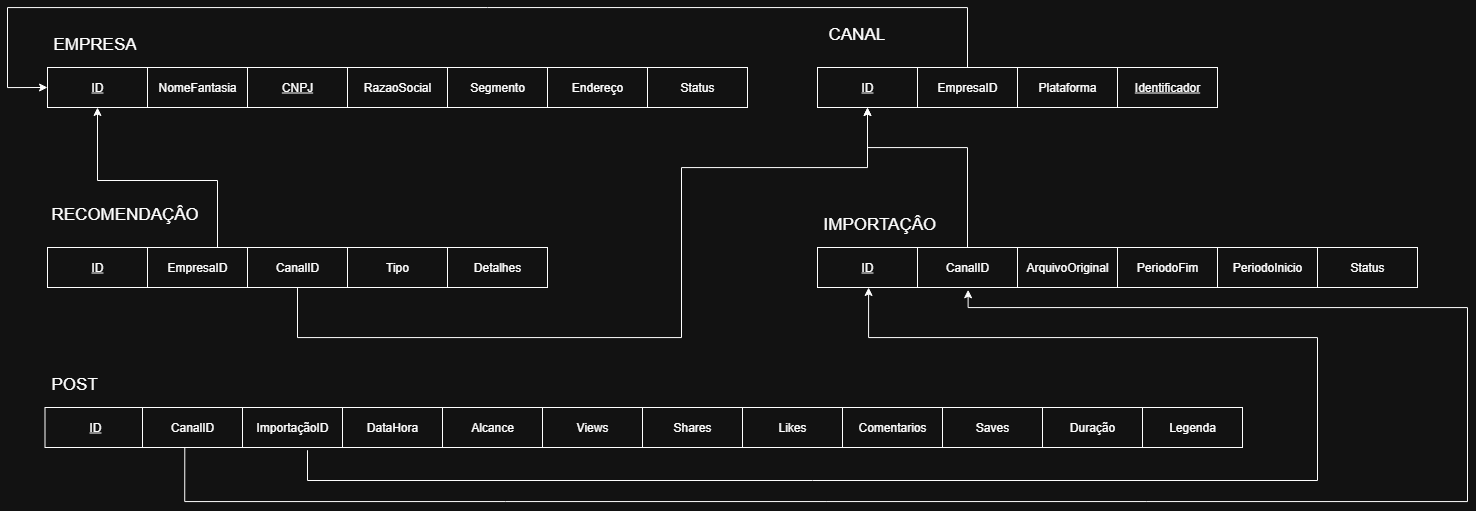
Above: Documentacao/Diagramas/Diagrama de Esquema.png in JooaoPedro15/Digitalize (draw.io), before the change. Source tidied: cells renumbered, new cells last; positions are measured from the earlier drawing's top-left corner, leaving out a move shared by most shapes. Source of this version:
```xml
<mxGraphModel>
  <root>
    <mxCell id="0" />
    <mxCell id="1" parent="0" />
    <mxCell id="2" value="NomeFantasia" style="whiteSpace=wrap;html=1;align=center;" parent="1" vertex="1">
      <mxGeometry x="140" y="60" width="100" height="40" as="geometry" />
    </mxCell>
    <mxCell id="3" value="&lt;font style=&quot;font-size: 17px;&quot;&gt;EMPRESA&lt;/font&gt;" style="text;strokeColor=none;fillColor=none;spacingLeft=4;spacingRight=4;overflow=hidden;fontSize=12;whiteSpace=wrap;html=1;" parent="1" vertex="1">
      <mxGeometry x="40" y="20" width="95" height="30" as="geometry" />
    </mxCell>
    <mxCell id="4" value="&lt;u&gt;CNPJ&lt;/u&gt;" style="whiteSpace=wrap;html=1;align=center;" parent="1" vertex="1">
      <mxGeometry x="240" y="60" width="100" height="40" as="geometry" />
    </mxCell>
    <mxCell id="5" value="RazaoSocial" style="whiteSpace=wrap;html=1;align=center;" parent="1" vertex="1">
      <mxGeometry x="340" y="60" width="100" height="40" as="geometry" />
    </mxCell>
    <mxCell id="6" value="Segmento" style="whiteSpace=wrap;html=1;align=center;" parent="1" vertex="1">
      <mxGeometry x="440" y="60" width="100" height="40" as="geometry" />
    </mxCell>
    <mxCell id="7" value="&lt;u&gt;ID&lt;/u&gt;" style="whiteSpace=wrap;html=1;align=center;" parent="1" vertex="1">
      <mxGeometry x="40" y="60" width="100" height="40" as="geometry" />
    </mxCell>
    <mxCell id="8" value="Endereço" style="whiteSpace=wrap;html=1;align=center;" parent="1" vertex="1">
      <mxGeometry x="540" y="60" width="100" height="40" as="geometry" />
    </mxCell>
    <mxCell id="9" value="Status" style="whiteSpace=wrap;html=1;align=center;" parent="1" vertex="1">
      <mxGeometry x="640" y="60" width="100" height="40" as="geometry" />
    </mxCell>
    <mxCell id="10" value="&lt;u&gt;ID&lt;/u&gt;" style="whiteSpace=wrap;html=1;align=center;" parent="1" vertex="1">
      <mxGeometry x="810" y="60" width="100" height="40" as="geometry" />
    </mxCell>
    <mxCell id="11" value="&lt;font style=&quot;font-size: 17px;&quot;&gt;CANAL&lt;/font&gt;" style="text;strokeColor=none;fillColor=none;spacingLeft=4;spacingRight=4;overflow=hidden;fontSize=12;whiteSpace=wrap;html=1;" parent="1" vertex="1">
      <mxGeometry x="815" y="10" width="95" height="30" as="geometry" />
    </mxCell>
    <mxCell id="12" value="EmpresaID" style="whiteSpace=wrap;html=1;align=center;" parent="1" vertex="1">
      <mxGeometry x="910" y="60" width="100" height="40" as="geometry" />
    </mxCell>
    <mxCell id="13" value="Plataforma" style="whiteSpace=wrap;html=1;align=center;" parent="1" vertex="1">
      <mxGeometry x="1010" y="60" width="100" height="40" as="geometry" />
    </mxCell>
    <mxCell id="14" value="&lt;u&gt;Identificador&lt;/u&gt;" style="whiteSpace=wrap;html=1;align=center;" parent="1" vertex="1">
      <mxGeometry x="1110" y="60" width="100" height="40" as="geometry" />
    </mxCell>
    <mxCell id="15" value="&lt;font style=&quot;font-size: 17px;&quot;&gt;RECOMENDAÇÂO&lt;/font&gt;" style="text;strokeColor=none;fillColor=none;spacingLeft=4;spacingRight=4;overflow=hidden;fontSize=12;whiteSpace=wrap;html=1;" parent="1" vertex="1">
      <mxGeometry x="37.5" y="190" width="160" height="30" as="geometry" />
    </mxCell>
    <mxCell id="16" value="&lt;u&gt;ID&lt;/u&gt;" style="whiteSpace=wrap;html=1;align=center;" parent="1" vertex="1">
      <mxGeometry x="40" y="240" width="100" height="40" as="geometry" />
    </mxCell>
    <mxCell id="17" value="EmpresaID" style="whiteSpace=wrap;html=1;align=center;" parent="1" vertex="1">
      <mxGeometry x="140" y="240" width="100" height="40" as="geometry" />
    </mxCell>
    <mxCell id="18" value="CanalID" style="whiteSpace=wrap;html=1;align=center;" parent="1" vertex="1">
      <mxGeometry x="240" y="240" width="100" height="40" as="geometry" />
    </mxCell>
    <mxCell id="19" value="Tipo" style="whiteSpace=wrap;html=1;align=center;" parent="1" vertex="1">
      <mxGeometry x="340" y="240" width="100" height="40" as="geometry" />
    </mxCell>
    <mxCell id="20" value="Detalhes" style="whiteSpace=wrap;html=1;align=center;" parent="1" vertex="1">
      <mxGeometry x="440" y="240" width="100" height="40" as="geometry" />
    </mxCell>
    <mxCell id="21" value="&lt;font style=&quot;font-size: 17px;&quot;&gt;IMPORTAÇÂO&lt;/font&gt;" style="text;strokeColor=none;fillColor=none;spacingLeft=4;spacingRight=4;overflow=hidden;fontSize=12;whiteSpace=wrap;html=1;" parent="1" vertex="1">
      <mxGeometry x="810" y="200" width="160" height="30" as="geometry" />
    </mxCell>
    <mxCell id="22" value="&lt;u&gt;ID&lt;/u&gt;" style="whiteSpace=wrap;html=1;align=center;" parent="1" vertex="1">
      <mxGeometry x="810" y="240" width="100" height="40" as="geometry" />
    </mxCell>
    <mxCell id="23" value="CanalID" style="whiteSpace=wrap;html=1;align=center;" parent="1" vertex="1">
      <mxGeometry x="910" y="240" width="100" height="40" as="geometry" />
    </mxCell>
    <mxCell id="24" value="ArquivoOriginal" style="whiteSpace=wrap;html=1;align=center;" parent="1" vertex="1">
      <mxGeometry x="1010" y="240" width="100" height="40" as="geometry" />
    </mxCell>
    <mxCell id="25" value="PeriodoFim" style="whiteSpace=wrap;html=1;align=center;" parent="1" vertex="1">
      <mxGeometry x="1110" y="240" width="100" height="40" as="geometry" />
    </mxCell>
    <mxCell id="26" value="PeriodoInicio" style="whiteSpace=wrap;html=1;align=center;" parent="1" vertex="1">
      <mxGeometry x="1210" y="240" width="100" height="40" as="geometry" />
    </mxCell>
    <mxCell id="27" value="Status" style="whiteSpace=wrap;html=1;align=center;" parent="1" vertex="1">
      <mxGeometry x="1310" y="240" width="100" height="40" as="geometry" />
    </mxCell>
    <mxCell id="28" value="&lt;span style=&quot;font-size: 17px;&quot;&gt;POST&lt;span style=&quot;white-space: pre;&quot;&gt;&#9;&lt;/span&gt;&lt;/span&gt;" style="text;strokeColor=none;fillColor=none;spacingLeft=4;spacingRight=4;overflow=hidden;fontSize=12;whiteSpace=wrap;html=1;" parent="1" vertex="1">
      <mxGeometry x="37.5" y="360" width="95" height="30" as="geometry" />
    </mxCell>
    <mxCell id="29" value="&lt;u&gt;ID&lt;/u&gt;" style="whiteSpace=wrap;html=1;align=center;" parent="1" vertex="1">
      <mxGeometry x="37.5" y="400" width="100" height="40" as="geometry" />
    </mxCell>
    <mxCell id="30" value="CanalID" style="whiteSpace=wrap;html=1;align=center;" parent="1" vertex="1">
      <mxGeometry x="135" y="400" width="100" height="40" as="geometry" />
    </mxCell>
    <mxCell id="31" value="ImportaçãoID" style="whiteSpace=wrap;html=1;align=center;" parent="1" vertex="1">
      <mxGeometry x="235" y="400" width="100" height="40" as="geometry" />
    </mxCell>
    <mxCell id="32" value="DataHora" style="whiteSpace=wrap;html=1;align=center;" parent="1" vertex="1">
      <mxGeometry x="335" y="400" width="100" height="40" as="geometry" />
    </mxCell>
    <mxCell id="33" value="Alcance" style="whiteSpace=wrap;html=1;align=center;" parent="1" vertex="1">
      <mxGeometry x="435" y="400" width="100" height="40" as="geometry" />
    </mxCell>
    <mxCell id="34" value="Views" style="whiteSpace=wrap;html=1;align=center;" parent="1" vertex="1">
      <mxGeometry x="535" y="400" width="100" height="40" as="geometry" />
    </mxCell>
    <mxCell id="35" value="Shares" style="whiteSpace=wrap;html=1;align=center;" parent="1" vertex="1">
      <mxGeometry x="635" y="400" width="100" height="40" as="geometry" />
    </mxCell>
    <mxCell id="36" value="Likes" style="whiteSpace=wrap;html=1;align=center;" parent="1" vertex="1">
      <mxGeometry x="735" y="400" width="100" height="40" as="geometry" />
    </mxCell>
    <mxCell id="37" value="Comentarios" style="whiteSpace=wrap;html=1;align=center;" parent="1" vertex="1">
      <mxGeometry x="835" y="400" width="100" height="40" as="geometry" />
    </mxCell>
    <mxCell id="38" value="Saves" style="whiteSpace=wrap;html=1;align=center;" parent="1" vertex="1">
      <mxGeometry x="935" y="400" width="100" height="40" as="geometry" />
    </mxCell>
    <mxCell id="39" value="Duração" style="whiteSpace=wrap;html=1;align=center;" parent="1" vertex="1">
      <mxGeometry x="1035" y="400" width="100" height="40" as="geometry" />
    </mxCell>
    <mxCell id="40" value="Legenda" style="whiteSpace=wrap;html=1;align=center;" parent="1" vertex="1">
      <mxGeometry x="1135" y="400" width="100" height="40" as="geometry" />
    </mxCell>
    <mxCell id="41" style="endArrow=none;html=1;rounded=0;exitX=0.5;exitY=0.925;exitDx=0;exitDy=0;endFill=0;startArrow=classic;startFill=1;edgeStyle=orthogonalEdgeStyle;exitPerimeter=0;" parent="1" edge="1">
      <mxGeometry relative="1" as="geometry">
        <mxPoint x="90" y="100" as="sourcePoint" />
        <mxPoint x="210" y="240" as="targetPoint" />
        <Array as="points">
          <mxPoint x="90" y="173" />
          <mxPoint x="210" y="173" />
        </Array>
      </mxGeometry>
    </mxCell>
    <mxCell id="42" style="endArrow=none;html=1;rounded=0;endFill=0;startArrow=classic;startFill=1;edgeStyle=orthogonalEdgeStyle;entryX=0.66;entryY=1.014;entryDx=0;entryDy=0;entryPerimeter=0;exitX=0.5;exitY=1;exitDx=0;exitDy=0;" parent="1" edge="1" source="10">
      <mxGeometry relative="1" as="geometry">
        <mxPoint x="290" y="280.6" as="targetPoint" />
        <Array as="points">
          <mxPoint x="860" y="160" />
          <mxPoint x="674" y="160" />
          <mxPoint x="674" y="330" />
          <mxPoint x="290" y="330" />
        </Array>
      </mxGeometry>
    </mxCell>
    <mxCell id="43" style="endArrow=none;html=1;rounded=0;exitX=0.5;exitY=0.925;exitDx=0;exitDy=0;endFill=0;startArrow=classic;startFill=1;edgeStyle=orthogonalEdgeStyle;exitPerimeter=0;" parent="1" edge="1">
      <mxGeometry relative="1" as="geometry">
        <mxPoint x="860" y="100" as="sourcePoint" />
        <mxPoint x="960" y="240" as="targetPoint" />
        <Array as="points">
          <mxPoint x="860" y="140" />
          <mxPoint x="960" y="140" />
          <mxPoint x="960" y="240" />
        </Array>
      </mxGeometry>
    </mxCell>
    <mxCell id="44" style="endArrow=none;html=1;rounded=0;endFill=0;startArrow=classic;startFill=1;edgeStyle=orthogonalEdgeStyle;" parent="1" edge="1">
      <mxGeometry relative="1" as="geometry">
        <mxPoint x="40" y="80" as="sourcePoint" />
        <mxPoint x="960" y="60" as="targetPoint" />
        <Array as="points">
          <mxPoint x="40" y="80" />
          <mxPoint y="80" />
          <mxPoint />
          <mxPoint x="960" />
        </Array>
      </mxGeometry>
    </mxCell>
    <mxCell id="45" style="endArrow=none;html=1;rounded=0;endFill=0;startArrow=classic;startFill=1;edgeStyle=orthogonalEdgeStyle;entryX=0.423;entryY=1.007;entryDx=0;entryDy=0;entryPerimeter=0;exitX=0.506;exitY=1.057;exitDx=0;exitDy=0;exitPerimeter=0;" parent="1" edge="1" source="23" target="30">
      <mxGeometry relative="1" as="geometry">
        <Array as="points">
          <mxPoint x="961" y="300" />
          <mxPoint x="1460" y="300" />
          <mxPoint x="1460" y="494" />
          <mxPoint x="177" y="494" />
        </Array>
      </mxGeometry>
    </mxCell>
    <mxCell id="46" style="endArrow=none;html=1;rounded=0;endFill=0;startArrow=classic;startFill=1;edgeStyle=orthogonalEdgeStyle;exitX=0.411;exitY=0.932;exitDx=0;exitDy=0;exitPerimeter=0;" parent="1" edge="1">
      <mxGeometry relative="1" as="geometry">
        <mxPoint x="861.1" y="280" as="sourcePoint" />
        <mxPoint x="300" y="442.7" as="targetPoint" />
        <Array as="points">
          <mxPoint x="861" y="330" />
          <mxPoint x="1310" y="330" />
          <mxPoint x="1310" y="473" />
          <mxPoint x="300" y="473" />
        </Array>
      </mxGeometry>
    </mxCell>
  </root>
</mxGraphModel>
```
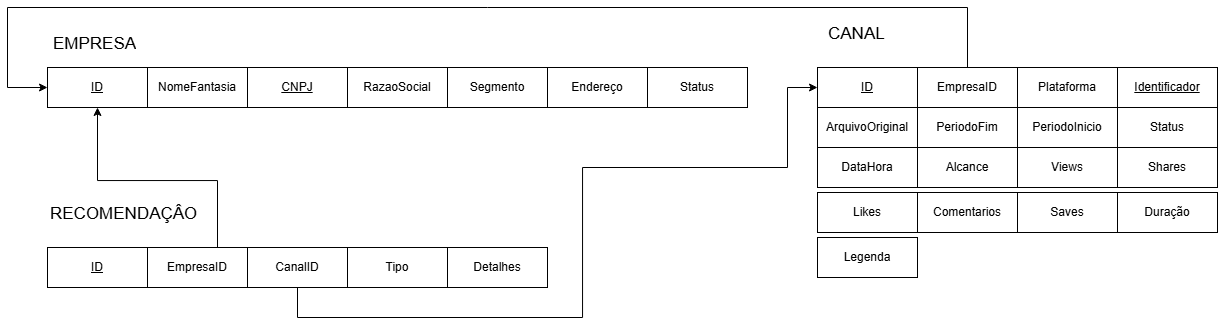
The same file after the commit.

Change to the diagram source:
```diff
@@ -50,6 +50,17 @@
     <mxCell id="17" value="EmpresaID" style="whiteSpace=wrap;html=1;align=center;" parent="1" vertex="1">
       <mxGeometry x="140" y="240" width="100" height="40" as="geometry" />
     </mxCell>
+    <mxCell id="47" style="edgeStyle=orthogonalEdgeStyle;rounded=0;jettySize=auto;html=1;entryX=0;entryY=0.5;entryDx=0;entryDy=0;" parent="1" edge="1" source="18" target="10">
+      <mxGeometry relative="1" as="geometry">
+        <Array as="points">
+          <mxPoint x="290" y="310" />
+          <mxPoint x="575" y="310" />
+          <mxPoint x="575" y="160" />
+          <mxPoint x="780" y="160" />
+          <mxPoint x="780" y="80" />
+        </Array>
+      </mxGeometry>
+    </mxCell>
     <mxCell id="18" value="CanalID" style="whiteSpace=wrap;html=1;align=center;" parent="1" vertex="1">
       <mxGeometry x="240" y="240" width="100" height="40" as="geometry" />
     </mxCell>
@@ -59,65 +70,44 @@
     <mxCell id="20" value="Detalhes" style="whiteSpace=wrap;html=1;align=center;" parent="1" vertex="1">
       <mxGeometry x="440" y="240" width="100" height="40" as="geometry" />
     </mxCell>
-    <mxCell id="21" value="&lt;font style=&quot;font-size: 17px;&quot;&gt;IMPORTAÇÂO&lt;/font&gt;" style="text;strokeColor=none;fillColor=none;spacingLeft=4;spacingRight=4;overflow=hidden;fontSize=12;whiteSpace=wrap;html=1;" parent="1" vertex="1">
-      <mxGeometry x="810" y="200" width="160" height="30" as="geometry" />
-    </mxCell>
-    <mxCell id="22" value="&lt;u&gt;ID&lt;/u&gt;" style="whiteSpace=wrap;html=1;align=center;" parent="1" vertex="1">
-      <mxGeometry x="810" y="240" width="100" height="40" as="geometry" />
-    </mxCell>
-    <mxCell id="23" value="CanalID" style="whiteSpace=wrap;html=1;align=center;" parent="1" vertex="1">
-      <mxGeometry x="910" y="240" width="100" height="40" as="geometry" />
-    </mxCell>
     <mxCell id="24" value="ArquivoOriginal" style="whiteSpace=wrap;html=1;align=center;" parent="1" vertex="1">
-      <mxGeometry x="1010" y="240" width="100" height="40" as="geometry" />
+      <mxGeometry x="810" y="100" width="100" height="40" as="geometry" />
     </mxCell>
     <mxCell id="25" value="PeriodoFim" style="whiteSpace=wrap;html=1;align=center;" parent="1" vertex="1">
-      <mxGeometry x="1110" y="240" width="100" height="40" as="geometry" />
+      <mxGeometry x="910" y="100" width="100" height="40" as="geometry" />
     </mxCell>
     <mxCell id="26" value="PeriodoInicio" style="whiteSpace=wrap;html=1;align=center;" parent="1" vertex="1">
-      <mxGeometry x="1210" y="240" width="100" height="40" as="geometry" />
+      <mxGeometry x="1010" y="100" width="100" height="40" as="geometry" />
     </mxCell>
     <mxCell id="27" value="Status" style="whiteSpace=wrap;html=1;align=center;" parent="1" vertex="1">
-      <mxGeometry x="1310" y="240" width="100" height="40" as="geometry" />
+      <mxGeometry x="1110" y="100" width="100" height="40" as="geometry" />
     </mxCell>
-    <mxCell id="28" value="&lt;span style=&quot;font-size: 17px;&quot;&gt;POST&lt;span style=&quot;white-space: pre;&quot;&gt;&#9;&lt;/span&gt;&lt;/span&gt;" style="text;strokeColor=none;fillColor=none;spacingLeft=4;spacingRight=4;overflow=hidden;fontSize=12;whiteSpace=wrap;html=1;" parent="1" vertex="1">
-      <mxGeometry x="37.5" y="360" width="95" height="30" as="geometry" />
-    </mxCell>
-    <mxCell id="29" value="&lt;u&gt;ID&lt;/u&gt;" style="whiteSpace=wrap;html=1;align=center;" parent="1" vertex="1">
-      <mxGeometry x="37.5" y="400" width="100" height="40" as="geometry" />
-    </mxCell>
-    <mxCell id="30" value="CanalID" style="whiteSpace=wrap;html=1;align=center;" parent="1" vertex="1">
-      <mxGeometry x="135" y="400" width="100" height="40" as="geometry" />
-    </mxCell>
-    <mxCell id="31" value="ImportaçãoID" style="whiteSpace=wrap;html=1;align=center;" parent="1" vertex="1">
-      <mxGeometry x="235" y="400" width="100" height="40" as="geometry" />
-    </mxCell>
     <mxCell id="32" value="DataHora" style="whiteSpace=wrap;html=1;align=center;" parent="1" vertex="1">
-      <mxGeometry x="335" y="400" width="100" height="40" as="geometry" />
+      <mxGeometry x="810" y="140" width="100" height="40" as="geometry" />
     </mxCell>
     <mxCell id="33" value="Alcance" style="whiteSpace=wrap;html=1;align=center;" parent="1" vertex="1">
-      <mxGeometry x="435" y="400" width="100" height="40" as="geometry" />
+      <mxGeometry x="910" y="140" width="100" height="40" as="geometry" />
     </mxCell>
     <mxCell id="34" value="Views" style="whiteSpace=wrap;html=1;align=center;" parent="1" vertex="1">
-      <mxGeometry x="535" y="400" width="100" height="40" as="geometry" />
+      <mxGeometry x="1010" y="140" width="100" height="40" as="geometry" />
     </mxCell>
     <mxCell id="35" value="Shares" style="whiteSpace=wrap;html=1;align=center;" parent="1" vertex="1">
-      <mxGeometry x="635" y="400" width="100" height="40" as="geometry" />
+      <mxGeometry x="1110" y="140" width="100" height="40" as="geometry" />
     </mxCell>
     <mxCell id="36" value="Likes" style="whiteSpace=wrap;html=1;align=center;" parent="1" vertex="1">
-      <mxGeometry x="735" y="400" width="100" height="40" as="geometry" />
+      <mxGeometry x="810" y="185" width="100" height="40" as="geometry" />
     </mxCell>
     <mxCell id="37" value="Comentarios" style="whiteSpace=wrap;html=1;align=center;" parent="1" vertex="1">
-      <mxGeometry x="835" y="400" width="100" height="40" as="geometry" />
+      <mxGeometry x="910" y="185" width="100" height="40" as="geometry" />
     </mxCell>
     <mxCell id="38" value="Saves" style="whiteSpace=wrap;html=1;align=center;" parent="1" vertex="1">
-      <mxGeometry x="935" y="400" width="100" height="40" as="geometry" />
+      <mxGeometry x="1010" y="185" width="100" height="40" as="geometry" />
     </mxCell>
     <mxCell id="39" value="Duração" style="whiteSpace=wrap;html=1;align=center;" parent="1" vertex="1">
-      <mxGeometry x="1035" y="400" width="100" height="40" as="geometry" />
+      <mxGeometry x="1110" y="185" width="100" height="40" as="geometry" />
     </mxCell>
     <mxCell id="40" value="Legenda" style="whiteSpace=wrap;html=1;align=center;" parent="1" vertex="1">
-      <mxGeometry x="1135" y="400" width="100" height="40" as="geometry" />
+      <mxGeometry x="810" y="230" width="100" height="40" as="geometry" />
     </mxCell>
     <mxCell id="41" style="endArrow=none;html=1;rounded=0;exitX=0.5;exitY=0.925;exitDx=0;exitDy=0;endFill=0;startArrow=classic;startFill=1;edgeStyle=orthogonalEdgeStyle;exitPerimeter=0;" parent="1" edge="1">
       <mxGeometry relative="1" as="geometry">
@@ -129,28 +119,6 @@
         </Array>
       </mxGeometry>
     </mxCell>
-    <mxCell id="42" style="endArrow=none;html=1;rounded=0;endFill=0;startArrow=classic;startFill=1;edgeStyle=orthogonalEdgeStyle;entryX=0.66;entryY=1.014;entryDx=0;entryDy=0;entryPerimeter=0;exitX=0.5;exitY=1;exitDx=0;exitDy=0;" parent="1" edge="1" source="10">
-      <mxGeometry relative="1" as="geometry">
-        <mxPoint x="290" y="280.6" as="targetPoint" />
-        <Array as="points">
-          <mxPoint x="860" y="160" />
-          <mxPoint x="674" y="160" />
-          <mxPoint x="674" y="330" />
-          <mxPoint x="290" y="330" />
-        </Array>
-      </mxGeometry>
-    </mxCell>
-    <mxCell id="43" style="endArrow=none;html=1;rounded=0;exitX=0.5;exitY=0.925;exitDx=0;exitDy=0;endFill=0;startArrow=classic;startFill=1;edgeStyle=orthogonalEdgeStyle;exitPerimeter=0;" parent="1" edge="1">
-      <mxGeometry relative="1" as="geometry">
-        <mxPoint x="860" y="100" as="sourcePoint" />
-        <mxPoint x="960" y="240" as="targetPoint" />
-        <Array as="points">
-          <mxPoint x="860" y="140" />
-          <mxPoint x="960" y="140" />
-          <mxPoint x="960" y="240" />
-        </Array>
-      </mxGeometry>
-    </mxCell>
     <mxCell id="44" style="endArrow=none;html=1;rounded=0;endFill=0;startArrow=classic;startFill=1;edgeStyle=orthogonalEdgeStyle;" parent="1" edge="1">
       <mxGeometry relative="1" as="geometry">
         <mxPoint x="40" y="80" as="sourcePoint" />
@@ -163,27 +131,5 @@
         </Array>
       </mxGeometry>
     </mxCell>
-    <mxCell id="45" style="endArrow=none;html=1;rounded=0;endFill=0;startArrow=classic;startFill=1;edgeStyle=orthogonalEdgeStyle;entryX=0.423;entryY=1.007;entryDx=0;entryDy=0;entryPerimeter=0;exitX=0.506;exitY=1.057;exitDx=0;exitDy=0;exitPerimeter=0;" parent="1" edge="1" source="23" target="30">
-      <mxGeometry relative="1" as="geometry">
-        <Array as="points">
-          <mxPoint x="961" y="300" />
-          <mxPoint x="1460" y="300" />
-          <mxPoint x="1460" y="494" />
-          <mxPoint x="177" y="494" />
-        </Array>
-      </mxGeometry>
-    </mxCell>
-    <mxCell id="46" style="endArrow=none;html=1;rounded=0;endFill=0;startArrow=classic;startFill=1;edgeStyle=orthogonalEdgeStyle;exitX=0.411;exitY=0.932;exitDx=0;exitDy=0;exitPerimeter=0;" parent="1" edge="1">
-      <mxGeometry relative="1" as="geometry">
-        <mxPoint x="861.1" y="280" as="sourcePoint" />
-        <mxPoint x="300" y="442.7" as="targetPoint" />
-        <Array as="points">
-          <mxPoint x="861" y="330" />
-          <mxPoint x="1310" y="330" />
-          <mxPoint x="1310" y="473" />
-          <mxPoint x="300" y="473" />
-        </Array>
-      </mxGeometry>
-    </mxCell>
   </root>
 </mxGraphModel>
```
